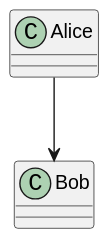
Above: internal/render/testdata/class.svg in rin2yh/pumlv (PlantUML), before the change. Source of this version:
```plantuml
@startuml
class Alice
class Bob
Alice --> Bob
@enduml
```
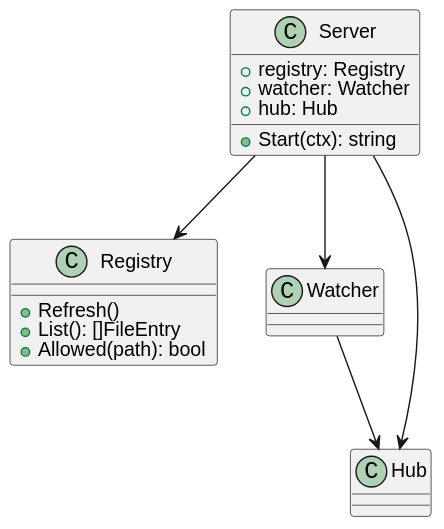
The same file after the commit.

Commit message:
test: reuse example diagrams and simplify golden fixtures

The edit, as a diff of the source:
```diff
@@ -1,5 +1,19 @@
 @startuml
-class Alice
-class Bob
-Alice --> Bob
+class Server {
+  +registry: Registry
+  +watcher: Watcher
+  +hub: Hub
+  +Start(ctx): string
+}
+class Registry {
+  +Refresh()
+  +List(): []FileEntry
+  +Allowed(path): bool
+}
+class Watcher
+class Hub
+Server --> Registry
+Server --> Watcher
+Server --> Hub
+Watcher --> Hub
 @enduml
```
